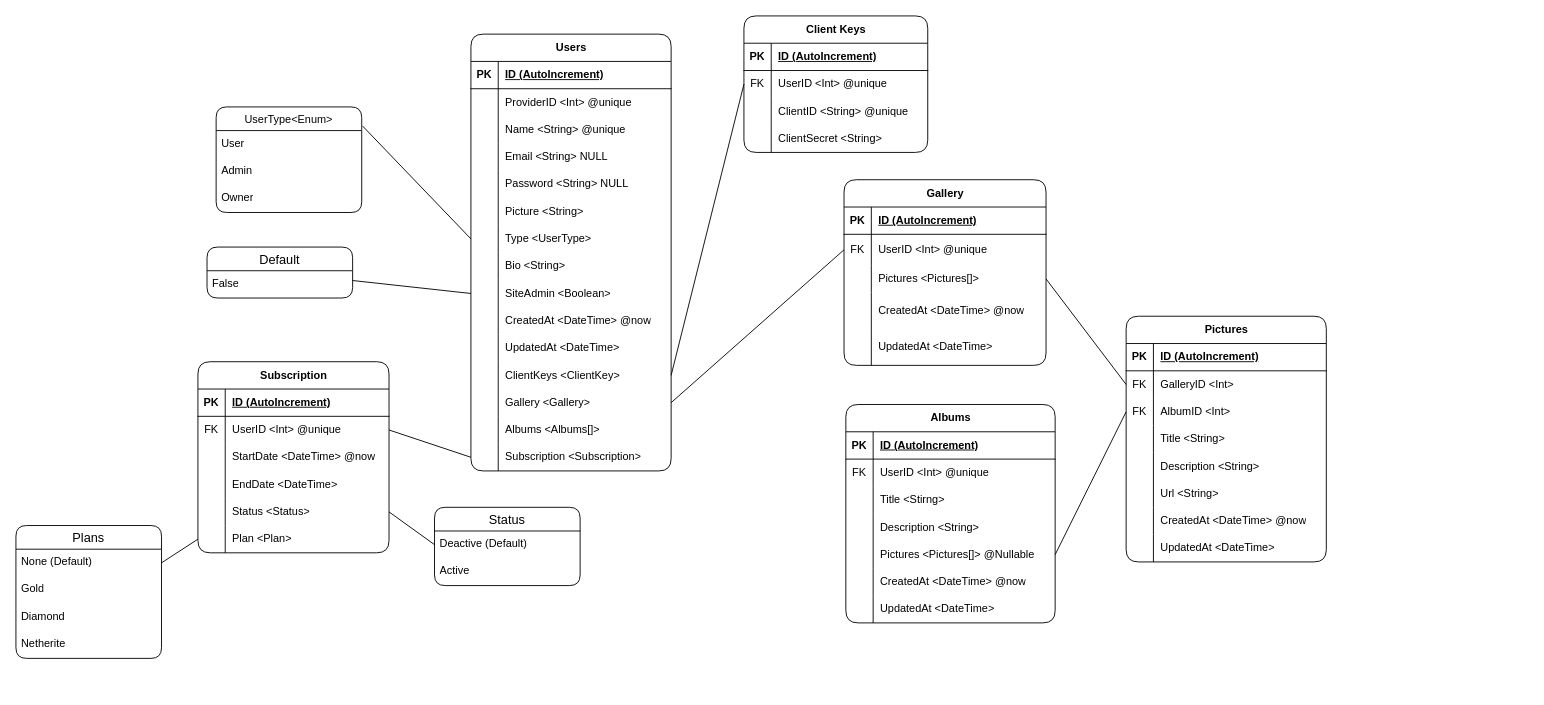
Above: project/models/Pixelarium.drawio in Novanaa/Pixelarium (draw.io), before the change. Source tidied: cells renumbered, new cells numbered last; positions are measured from the earlier drawing's top-left corner, leaving out a move shared by most shapes. Both pictures are drawn from the tidied source at 91%, with x=0, y=0 at pixel (15, 15).
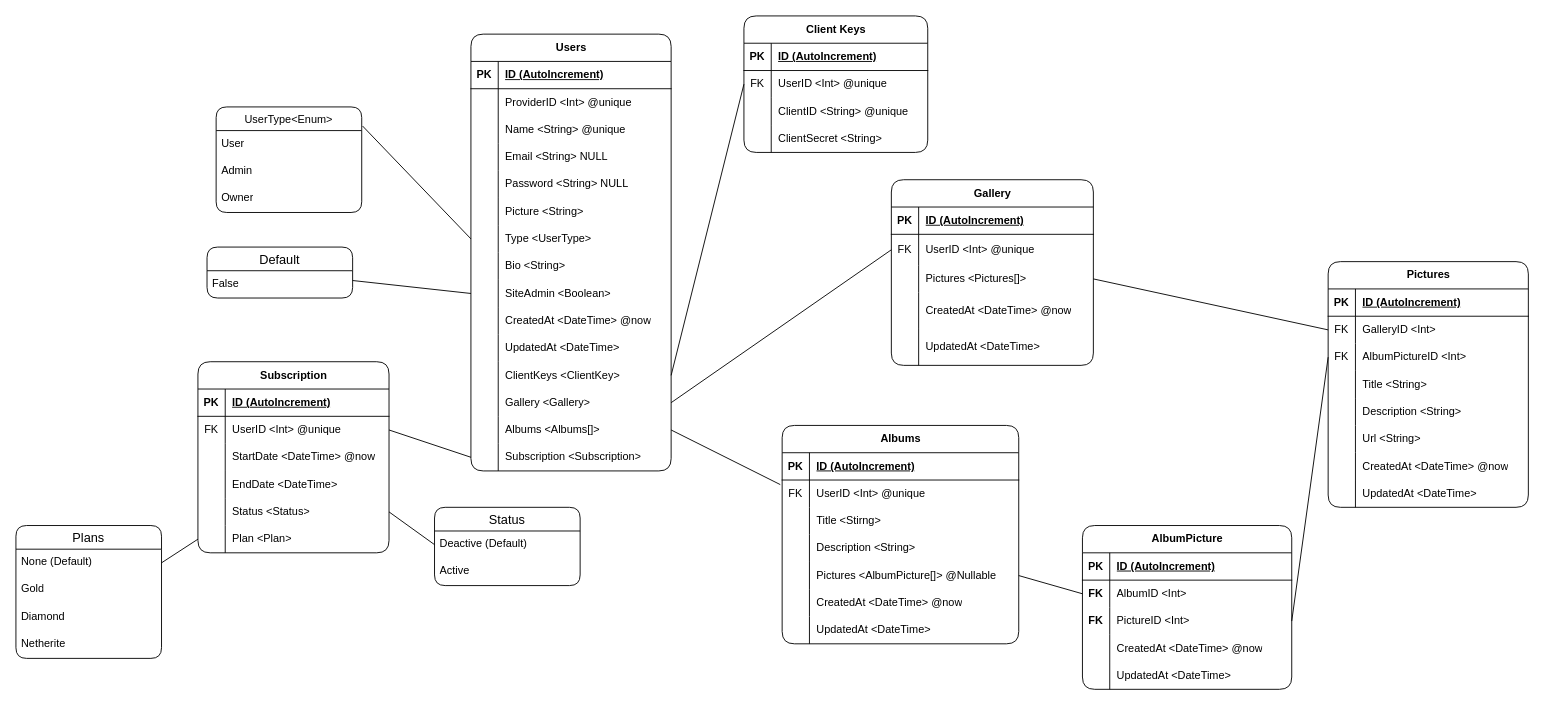
Above is the later version.

Commit message:
Added Album Picture Models

The change refers to these unchanged cells:
```xml
<mxCell id="42" style="shape=tableRow;horizontal=0;startSize=0;swimlaneHead=0;swimlaneBody=0;fillColor=none;points=[[0,0.5],[1,0.5]];portConstraint=eastwest;top=0;left=0;right=0;bottom=0;" parent="2" vertex="1">
  <mxGeometry y="420" width="220" height="30" as="geometry" />
</mxCell>
<mxCell id="94" style="shape=tableRow;horizontal=0;startSize=0;swimlaneHead=0;swimlaneBody=0;fillColor=none;points=[[0,0.5],[1,0.5]];portConstraint=eastwest;top=0;left=0;right=0;bottom=0;" parent="87" vertex="1">
  <mxGeometry y="90" width="220" height="30" as="geometry" />
</mxCell>
```

The edit, as a diff of the source:
```diff
@@
     <mxCell id="70" value="Gallery" style="shape=table;startSize=30;childLayout=tableLayout;rowLines=0;fontStyle=1;align=center;html=1;rounded=1;" parent="1" vertex="1">
-      <mxGeometry x="910" y="180" width="222" height="204" as="geometry" />
+      <mxGeometry x="962" y="180" width="222" height="204" as="geometry" />
     </mxCell>
@@
     <mxCell id="87" value="Pictures" style="shape=table;startSize=30;childLayout=tableLayout;rowLines=0;fontStyle=1;align=center;html=1;rounded=1;" parent="1" vertex="1">
-      <mxGeometry x="1220" y="330" width="220" height="270" as="geometry" />
+      <mxGeometry x="1442" y="270" width="220" height="270" as="geometry" />
     </mxCell>
@@
-    <mxCell id="96" value="AlbumID &amp;lt;Int&amp;gt;" style="shape=partialRectangle;fillColor=none;top=0;left=0;bottom=0;right=0;align=left;spacingLeft=6;overflow=hidden;whiteSpace=wrap;html=1;" parent="94" vertex="1">
+    <mxCell id="96" value="AlbumPictureID &amp;lt;Int&amp;gt;" style="shape=partialRectangle;fillColor=none;top=0;left=0;bottom=0;right=0;align=left;spacingLeft=6;overflow=hidden;whiteSpace=wrap;html=1;" parent="94" vertex="1">
       <mxGeometry x="30" width="190" height="30" as="geometry" />
     </mxCell>
@@
     <mxCell id="113" value="Albums" style="shape=table;startSize=30;childLayout=tableLayout;rowLines=0;fontStyle=1;align=center;html=1;rounded=1;" parent="1" vertex="1">
-      <mxGeometry x="912" y="427" width="230" height="240" as="geometry" />
+      <mxGeometry x="842" y="450" width="260" height="240" as="geometry" />
     </mxCell>
     <mxCell id="114" style="shape=tableRow;horizontal=0;startSize=0;swimlaneHead=0;swimlaneBody=0;fillColor=none;top=0;left=0;right=0;bottom=1;" parent="113" vertex="1">
-      <mxGeometry y="30" width="230" height="30" as="geometry" />
+      <mxGeometry y="30" width="260" height="30" as="geometry" />
     </mxCell>
@@
     <mxCell id="116" value="ID (AutoIncrement)" style="shape=partialRectangle;fillColor=none;top=0;left=0;bottom=0;right=0;align=left;spacingLeft=6;fontStyle=5;overflow=hidden;whiteSpace=wrap;html=1;" parent="114" vertex="1">
-      <mxGeometry x="30" width="200" height="30" as="geometry" />
+      <mxGeometry x="30" width="230" height="30" as="geometry" />
     </mxCell>
     <mxCell id="117" style="shape=tableRow;horizontal=0;startSize=0;swimlaneHead=0;swimlaneBody=0;fillColor=none;points=[[0,0.5],[1,0.5]];portConstraint=eastwest;top=0;left=0;right=0;bottom=0;" parent="113" vertex="1">
-      <mxGeometry y="60" width="230" height="30" as="geometry" />
+      <mxGeometry y="60" width="260" height="30" as="geometry" />
     </mxCell>
@@
     <mxCell id="119" value="UserID &amp;lt;Int&amp;gt; @unique" style="shape=partialRectangle;fillColor=none;top=0;left=0;bottom=0;right=0;align=left;spacingLeft=6;overflow=hidden;whiteSpace=wrap;html=1;" parent="117" vertex="1">
-      <mxGeometry x="30" width="200" height="30" as="geometry" />
+      <mxGeometry x="30" width="230" height="30" as="geometry" />
     </mxCell>
     <mxCell id="120" style="shape=tableRow;horizontal=0;startSize=0;swimlaneHead=0;swimlaneBody=0;fillColor=none;top=0;left=0;right=0;bottom=0;" parent="113" vertex="1">
-      <mxGeometry y="90" width="230" height="30" as="geometry" />
+      <mxGeometry y="90" width="260" height="30" as="geometry" />
     </mxCell>
@@
     <mxCell id="122" value="Title &amp;lt;Stirng&amp;gt;" style="shape=partialRectangle;fillColor=none;top=0;left=0;bottom=0;right=0;align=left;spacingLeft=6;overflow=hidden;whiteSpace=wrap;html=1;" parent="120" vertex="1">
-      <mxGeometry x="30" width="200" height="30" as="geometry" />
+      <mxGeometry x="30" width="230" height="30" as="geometry" />
     </mxCell>
     <mxCell id="123" style="shape=tableRow;horizontal=0;startSize=0;swimlaneHead=0;swimlaneBody=0;fillColor=none;top=0;left=0;right=0;bottom=0;" parent="113" vertex="1">
-      <mxGeometry y="120" width="230" height="30" as="geometry" />
+      <mxGeometry y="120" width="260" height="30" as="geometry" />
     </mxCell>
@@
     <mxCell id="125" value="Description &amp;lt;String&amp;gt;" style="shape=partialRectangle;fillColor=none;top=0;left=0;bottom=0;right=0;align=left;spacingLeft=6;overflow=hidden;whiteSpace=wrap;html=1;" parent="123" vertex="1">
-      <mxGeometry x="30" width="200" height="30" as="geometry" />
+      <mxGeometry x="30" width="230" height="30" as="geometry" />
     </mxCell>
     <mxCell id="126" style="shape=tableRow;horizontal=0;startSize=0;swimlaneHead=0;swimlaneBody=0;fillColor=none;points=[[0,0.5],[1,0.5]];portConstraint=eastwest;top=0;left=0;right=0;bottom=0;" parent="113" vertex="1">
-      <mxGeometry y="150" width="230" height="30" as="geometry" />
+      <mxGeometry y="150" width="260" height="30" as="geometry" />
     </mxCell>
@@
-    <mxCell id="128" value="Pictures &amp;lt;Pictures[]&amp;gt; @Nullable" style="shape=partialRectangle;fillColor=none;top=0;left=0;bottom=0;right=0;align=left;spacingLeft=6;overflow=hidden;whiteSpace=wrap;html=1;" parent="126" vertex="1">
-      <mxGeometry x="30" width="200" height="30" as="geometry" />
+    <mxCell id="128" value="Pictures &amp;lt;AlbumPicture[]&amp;gt; @Nullable" style="shape=partialRectangle;fillColor=none;top=0;left=0;bottom=0;right=0;align=left;spacingLeft=6;overflow=hidden;whiteSpace=wrap;html=1;" parent="126" vertex="1">
+      <mxGeometry x="30" width="230" height="30" as="geometry" />
     </mxCell>
     <mxCell id="129" style="shape=tableRow;horizontal=0;startSize=0;swimlaneHead=0;swimlaneBody=0;fillColor=none;top=0;left=0;right=0;bottom=0;" parent="113" vertex="1">
-      <mxGeometry y="180" width="230" height="30" as="geometry" />
+      <mxGeometry y="180" width="260" height="30" as="geometry" />
     </mxCell>
@@
     <mxCell id="131" value="CreatedAt &amp;lt;DateTime&amp;gt; @now" style="shape=partialRectangle;fillColor=none;top=0;left=0;bottom=0;right=0;align=left;spacingLeft=6;overflow=hidden;whiteSpace=wrap;html=1;" parent="129" vertex="1">
-      <mxGeometry x="30" width="200" height="30" as="geometry" />
+      <mxGeometry x="30" width="230" height="30" as="geometry" />
     </mxCell>
     <mxCell id="132" style="shape=tableRow;horizontal=0;startSize=0;swimlaneHead=0;swimlaneBody=0;fillColor=none;top=0;left=0;right=0;bottom=0;" parent="113" vertex="1">
-      <mxGeometry y="210" width="230" height="30" as="geometry" />
+      <mxGeometry y="210" width="260" height="30" as="geometry" />
     </mxCell>
@@
     <mxCell id="134" value="UpdatedAt &amp;lt;DateTime&amp;gt;" style="shape=partialRectangle;fillColor=none;top=0;left=0;bottom=0;right=0;align=left;spacingLeft=6;overflow=hidden;whiteSpace=wrap;html=1;" parent="132" vertex="1">
-      <mxGeometry x="30" width="200" height="30" as="geometry" />
+      <mxGeometry x="30" width="230" height="30" as="geometry" />
     </mxCell>
-    <mxCell id="135" style="endArrow=none;html=1;rounded=0;exitX=1;exitY=0.5;exitDx=0;exitDy=0;entryX=0;entryY=0.5;entryDx=0;entryDy=0;" parent="1" edge="1" source="126" target="94">
+    <mxCell id="135" style="endArrow=none;html=1;rounded=0;exitX=1;exitY=0.5;exitDx=0;exitDy=0;entryX=0;entryY=0.5;entryDx=0;entryDy=0;" parent="1" edge="1" source="126" target="170">
       <mxGeometry relative="1" as="geometry" />
     </mxCell>
@@
+    <mxCell id="166" value="AlbumPicture" style="shape=table;startSize=30;childLayout=tableLayout;rowLines=0;fontStyle=1;align=center;html=1;rounded=1;" parent="1" vertex="1">
+      <mxGeometry x="1172" y="560" width="230" height="180" as="geometry" />
+    </mxCell>
+    <mxCell id="167" style="shape=tableRow;horizontal=0;startSize=0;swimlaneHead=0;swimlaneBody=0;fillColor=none;top=0;left=0;right=0;bottom=1;" parent="166" vertex="1">
+      <mxGeometry y="30" width="230" height="30" as="geometry" />
+    </mxCell>
+    <mxCell id="168" value="PK" style="shape=partialRectangle;fillColor=none;top=0;left=0;bottom=0;right=0;fontStyle=1;overflow=hidden;whiteSpace=wrap;html=1;" parent="167" vertex="1">
+      <mxGeometry width="30" height="30" as="geometry" />
+    </mxCell>
+    <mxCell id="169" value="ID (AutoIncrement)" style="shape=partialRectangle;fillColor=none;top=0;left=0;bottom=0;right=0;align=left;spacingLeft=6;fontStyle=5;overflow=hidden;whiteSpace=wrap;html=1;" parent="167" vertex="1">
+      <mxGeometry x="30" width="200" height="30" as="geometry" />
+    </mxCell>
+    <mxCell id="170" style="shape=tableRow;horizontal=0;startSize=0;swimlaneHead=0;swimlaneBody=0;fillColor=none;points=[[0,0.5],[1,0.5]];portConstraint=eastwest;top=0;left=0;right=0;bottom=0;" parent="166" vertex="1">
+      <mxGeometry y="60" width="230" height="30" as="geometry" />
+    </mxCell>
+    <mxCell id="171" value="&lt;b&gt;FK&lt;/b&gt;" style="shape=partialRectangle;fillColor=none;top=0;left=0;bottom=0;right=0;overflow=hidden;whiteSpace=wrap;html=1;" parent="170" vertex="1">
+      <mxGeometry width="30" height="30" as="geometry" />
+    </mxCell>
+    <mxCell id="172" value="AlbumID &amp;lt;Int&amp;gt;" style="shape=partialRectangle;fillColor=none;top=0;left=0;bottom=0;right=0;align=left;spacingLeft=6;overflow=hidden;whiteSpace=wrap;html=1;" parent="170" vertex="1">
+      <mxGeometry x="30" width="200" height="30" as="geometry" />
+    </mxCell>
+    <mxCell id="173" style="shape=tableRow;horizontal=0;startSize=0;swimlaneHead=0;swimlaneBody=0;fillColor=none;points=[[0,0.5],[1,0.5]];portConstraint=eastwest;top=0;left=0;right=0;bottom=0;" parent="166" vertex="1">
+      <mxGeometry y="90" width="230" height="30" as="geometry" />
+    </mxCell>
+    <mxCell id="174" value="&lt;b&gt;FK&lt;/b&gt;" style="shape=partialRectangle;fillColor=none;top=0;left=0;bottom=0;right=0;overflow=hidden;whiteSpace=wrap;html=1;" parent="173" vertex="1">
+      <mxGeometry width="30" height="30" as="geometry" />
+    </mxCell>
+    <mxCell id="175" value="PictureID &amp;lt;Int&amp;gt;" style="shape=partialRectangle;fillColor=none;top=0;left=0;bottom=0;right=0;align=left;spacingLeft=6;overflow=hidden;whiteSpace=wrap;html=1;" parent="173" vertex="1">
+      <mxGeometry x="30" width="200" height="30" as="geometry" />
+    </mxCell>
+    <mxCell id="176" style="shape=tableRow;horizontal=0;startSize=0;swimlaneHead=0;swimlaneBody=0;fillColor=none;top=0;left=0;right=0;bottom=0;" parent="166" vertex="1">
+      <mxGeometry y="120" width="230" height="30" as="geometry" />
+    </mxCell>
+    <mxCell id="177" style="shape=partialRectangle;fillColor=none;top=0;left=0;bottom=0;right=0;overflow=hidden;whiteSpace=wrap;html=1;" parent="176" vertex="1">
+      <mxGeometry width="30" height="30" as="geometry" />
+    </mxCell>
+    <mxCell id="178" value="CreatedAt &amp;lt;DateTime&amp;gt; @now" style="shape=partialRectangle;fillColor=none;top=0;left=0;bottom=0;right=0;align=left;spacingLeft=6;overflow=hidden;whiteSpace=wrap;html=1;" parent="176" vertex="1">
+      <mxGeometry x="30" width="200" height="30" as="geometry" />
+    </mxCell>
+    <mxCell id="179" style="shape=tableRow;horizontal=0;startSize=0;swimlaneHead=0;swimlaneBody=0;fillColor=none;top=0;left=0;right=0;bottom=0;" parent="166" vertex="1">
+      <mxGeometry y="150" width="230" height="30" as="geometry" />
+    </mxCell>
+    <mxCell id="180" style="shape=partialRectangle;fillColor=none;top=0;left=0;bottom=0;right=0;overflow=hidden;whiteSpace=wrap;html=1;" parent="179" vertex="1">
+      <mxGeometry width="30" height="30" as="geometry" />
+    </mxCell>
+    <mxCell id="181" value="UpdatedAt &amp;lt;DateTime&amp;gt;" style="shape=partialRectangle;fillColor=none;top=0;left=0;bottom=0;right=0;align=left;spacingLeft=6;overflow=hidden;whiteSpace=wrap;html=1;" parent="179" vertex="1">
+      <mxGeometry x="30" width="200" height="30" as="geometry" />
+    </mxCell>
+    <mxCell id="182" style="endArrow=none;html=1;rounded=0;exitX=1;exitY=0.5;exitDx=0;exitDy=0;entryX=-0.008;entryY=0.167;entryDx=0;entryDy=0;entryPerimeter=0;" parent="1" edge="1" source="42" target="117">
+      <mxGeometry relative="1" as="geometry" />
+    </mxCell>
+    <mxCell id="183" style="endArrow=none;html=1;rounded=0;exitX=1;exitY=0.5;exitDx=0;exitDy=0;entryX=0;entryY=0.5;entryDx=0;entryDy=0;" parent="1" edge="1" source="173" target="94">
+      <mxGeometry relative="1" as="geometry" />
+    </mxCell>
```
